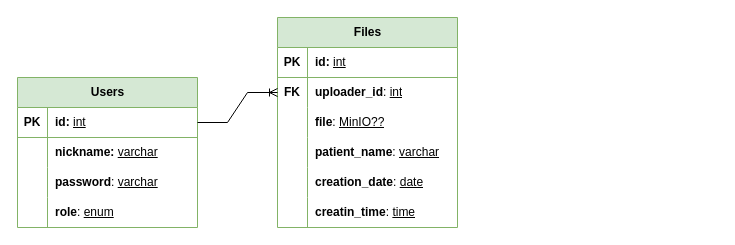
citec-spbu/MedicalDataService keeps this draw.io diagram as Diagrams/ERDiagram.drawio. Above is the earlier version. Source tidied: cells renumbered, new cells numbered last; positions are measured from the earlier drawing's top-left corner, leaving out a move shared by most shapes. Both pictures are drawn from the tidied source at 100%, with x=0, y=0 at pixel (17, 17).
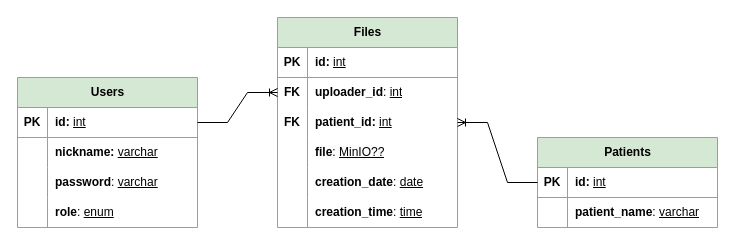
After the change.

Commit message (it also covers changes not shown here):
ER and Activity diagrams updated

The change refers to these unchanged cells:
```xml
<mxCell id="15" value="Files" style="shape=table;startSize=30;childLayout=tableLayout;rowLines=0;fontStyle=1;align=center;html=1;fillColor=#d5e8d4;strokeColor=#82b366;" parent="1" vertex="1">
  <mxGeometry x="260" width="180" height="210" as="geometry" />
</mxCell>
<mxCell id="31" style="shape=tableRow;horizontal=0;startSize=0;swimlaneHead=0;swimlaneBody=0;fillColor=none;top=0;left=0;right=0;bottom=0;" parent="15" vertex="1">
  <mxGeometry y="180" width="180" height="30" as="geometry" />
</mxCell>
```

Change to the diagram source:
```diff
@@
-    <mxCell id="22" style="shape=tableRow;horizontal=0;startSize=0;swimlaneHead=0;swimlaneBody=0;fillColor=none;top=0;left=0;right=0;bottom=0;strokeColor=default;" parent="15" vertex="1">
-      <mxGeometry y="90" width="180" height="30" as="geometry" />
-    </mxCell>
-    <mxCell id="23" style="shape=partialRectangle;fillColor=none;top=0;left=0;bottom=0;right=0;overflow=hidden;whiteSpace=wrap;html=1;" parent="22" vertex="1">
-      <mxGeometry width="30" height="30" as="geometry" />
-    </mxCell>
-    <mxCell id="24" value="&lt;b&gt;file&lt;/b&gt;: &lt;u&gt;MinIO??&lt;/u&gt;" style="shape=partialRectangle;fillColor=none;top=0;left=0;bottom=0;right=0;align=left;spacingLeft=6;overflow=hidden;whiteSpace=wrap;html=1;" parent="22" vertex="1">
-      <mxGeometry x="30" width="150" height="30" as="geometry" />
-    </mxCell>
     <mxCell id="25" style="shape=tableRow;horizontal=0;startSize=0;swimlaneHead=0;swimlaneBody=0;fillColor=none;points=[[0,0.5],[1,0.5]];portConstraint=eastwest;top=0;left=0;right=0;bottom=0;" parent="15" vertex="1">
-      <mxGeometry y="120" width="180" height="30" as="geometry" />
+      <mxGeometry y="90" width="180" height="30" as="geometry" />
     </mxCell>
-    <mxCell id="26" style="shape=partialRectangle;fillColor=none;top=0;left=0;bottom=0;right=0;overflow=hidden;whiteSpace=wrap;html=1;" parent="25" vertex="1">
+    <mxCell id="26" value="&lt;b&gt;FK&lt;/b&gt;" style="shape=partialRectangle;fillColor=none;top=0;left=0;bottom=0;right=0;overflow=hidden;whiteSpace=wrap;html=1;" parent="25" vertex="1">
       <mxGeometry width="30" height="30" as="geometry" />
     </mxCell>
-    <mxCell id="27" value="&lt;b&gt;patient_name&lt;/b&gt;: &lt;u&gt;varchar&lt;/u&gt;" style="shape=partialRectangle;fillColor=none;top=0;left=0;bottom=0;right=0;align=left;spacingLeft=6;overflow=hidden;whiteSpace=wrap;html=1;" parent="25" vertex="1">
+    <mxCell id="27" value="&lt;b&gt;patient_id: &lt;/b&gt;&lt;u&gt;int&lt;/u&gt;" style="shape=partialRectangle;fillColor=none;top=0;left=0;bottom=0;right=0;align=left;spacingLeft=6;overflow=hidden;whiteSpace=wrap;html=1;" parent="25" vertex="1">
       <mxGeometry x="30" width="150" height="30" as="geometry" />
     </mxCell>
+    <mxCell id="35" style="shape=tableRow;horizontal=0;startSize=0;swimlaneHead=0;swimlaneBody=0;fillColor=none;top=0;left=0;right=0;bottom=0;" parent="15" vertex="1">
+      <mxGeometry y="120" width="180" height="30" as="geometry" />
+    </mxCell>
+    <mxCell id="36" style="shape=partialRectangle;fillColor=none;top=0;left=0;bottom=0;right=0;overflow=hidden;whiteSpace=wrap;html=1;" parent="35" vertex="1">
+      <mxGeometry width="30" height="30" as="geometry" />
+    </mxCell>
+    <mxCell id="24" value="&lt;b style=&quot;forced-color-adjust: none; color: rgb(0, 0, 0); font-family: Helvetica; font-size: 12px; font-style: normal; font-variant-ligatures: normal; font-variant-caps: normal; letter-spacing: normal; orphans: 2; text-align: left; text-indent: 0px; text-transform: none; widows: 2; word-spacing: 0px; -webkit-text-stroke-width: 0px; white-space: normal; background-color: rgb(251, 251, 251); text-decoration-thickness: initial; text-decoration-style: initial; text-decoration-color: initial;&quot;&gt;file&lt;/b&gt;&lt;span style=&quot;color: rgb(0, 0, 0); font-family: Helvetica; font-size: 12px; font-style: normal; font-variant-ligatures: normal; font-variant-caps: normal; font-weight: 400; letter-spacing: normal; orphans: 2; text-align: left; text-indent: 0px; text-transform: none; widows: 2; word-spacing: 0px; -webkit-text-stroke-width: 0px; white-space: normal; background-color: rgb(251, 251, 251); text-decoration-thickness: initial; text-decoration-style: initial; text-decoration-color: initial; display: inline !important; float: none;&quot;&gt;:&lt;span&gt;&amp;nbsp;&lt;/span&gt;&lt;/span&gt;&lt;u style=&quot;forced-color-adjust: none; color: rgb(0, 0, 0); font-family: Helvetica; font-size: 12px; font-style: normal; font-variant-ligatures: normal; font-variant-caps: normal; font-weight: 400; letter-spacing: normal; orphans: 2; text-align: left; text-indent: 0px; text-transform: none; widows: 2; word-spacing: 0px; -webkit-text-stroke-width: 0px; white-space: normal; background-color: rgb(251, 251, 251);&quot;&gt;MinIO??&lt;/u&gt;" style="shape=partialRectangle;fillColor=none;top=0;left=0;bottom=0;right=0;align=left;spacingLeft=6;overflow=hidden;whiteSpace=wrap;html=1;" parent="35" vertex="1">
+      <mxGeometry x="30" width="150" height="30" as="geometry" />
+    </mxCell>
@@
-    <mxCell id="33" value="&lt;b&gt;creatin_time&lt;/b&gt;: &lt;u&gt;time&lt;/u&gt;" style="shape=partialRectangle;fillColor=none;top=0;left=0;bottom=0;right=0;align=left;spacingLeft=6;overflow=hidden;whiteSpace=wrap;html=1;" parent="31" vertex="1">
+    <mxCell id="33" value="&lt;b&gt;creation_time&lt;/b&gt;: &lt;u&gt;time&lt;/u&gt;" style="shape=partialRectangle;fillColor=none;top=0;left=0;bottom=0;right=0;align=left;spacingLeft=6;overflow=hidden;whiteSpace=wrap;html=1;" parent="31" vertex="1">
       <mxGeometry x="30" width="150" height="30" as="geometry" />
     </mxCell>
@@
+    <mxCell id="37" value="Patients" style="shape=table;startSize=30;childLayout=tableLayout;rowLines=0;fontStyle=1;align=center;html=1;fillColor=#d5e8d4;strokeColor=#82b366;" parent="1" vertex="1">
+      <mxGeometry x="520" y="120" width="180" height="90" as="geometry" />
+    </mxCell>
+    <mxCell id="38" style="shape=tableRow;horizontal=0;startSize=0;swimlaneHead=0;swimlaneBody=0;fillColor=none;points=[[0,0.5],[1,0.5]];portConstraint=eastwest;top=0;left=0;right=0;bottom=1;strokeColor=inherit;" parent="37" vertex="1">
+      <mxGeometry y="30" width="180" height="30" as="geometry" />
+    </mxCell>
+    <mxCell id="39" value="PK" style="shape=partialRectangle;fillColor=none;top=0;left=0;bottom=0;right=0;fontStyle=1;overflow=hidden;whiteSpace=wrap;html=1;" parent="38" vertex="1">
+      <mxGeometry width="30" height="30" as="geometry" />
+    </mxCell>
+    <mxCell id="40" value="id: &lt;span style=&quot;font-weight: normal;&quot;&gt;&lt;u&gt;int&lt;/u&gt;&lt;/span&gt;" style="shape=partialRectangle;fillColor=none;top=0;left=0;bottom=0;right=0;align=left;spacingLeft=6;fontStyle=1;overflow=hidden;whiteSpace=wrap;html=1;" parent="38" vertex="1">
+      <mxGeometry x="30" width="150" height="30" as="geometry" />
+    </mxCell>
+    <mxCell id="41" style="shape=tableRow;horizontal=0;startSize=0;swimlaneHead=0;swimlaneBody=0;fillColor=none;top=0;left=0;right=0;bottom=0;" parent="37" vertex="1">
+      <mxGeometry y="60" width="180" height="30" as="geometry" />
+    </mxCell>
+    <mxCell id="42" style="shape=partialRectangle;fillColor=none;top=0;left=0;bottom=0;right=0;overflow=hidden;whiteSpace=wrap;html=1;" parent="41" vertex="1">
+      <mxGeometry width="30" height="30" as="geometry" />
+    </mxCell>
+    <mxCell id="43" value="&lt;b&gt;patient_name&lt;/b&gt;:&amp;nbsp;&lt;u&gt;varchar&lt;/u&gt;" style="shape=partialRectangle;fillColor=none;top=0;left=0;bottom=0;right=0;align=left;spacingLeft=6;overflow=hidden;whiteSpace=wrap;html=1;" parent="41" vertex="1">
+      <mxGeometry x="30" width="150" height="30" as="geometry" />
+    </mxCell>
+    <mxCell id="44" style="edgeStyle=entityRelationEdgeStyle;fontSize=12;html=1;endArrow=ERoneToMany;rounded=0;exitX=0;exitY=0.5;exitDx=0;exitDy=0;entryX=1;entryY=0.5;entryDx=0;entryDy=0;" parent="1" edge="1" source="38" target="25">
+      <mxGeometry relative="1" as="geometry" />
+    </mxCell>
```
